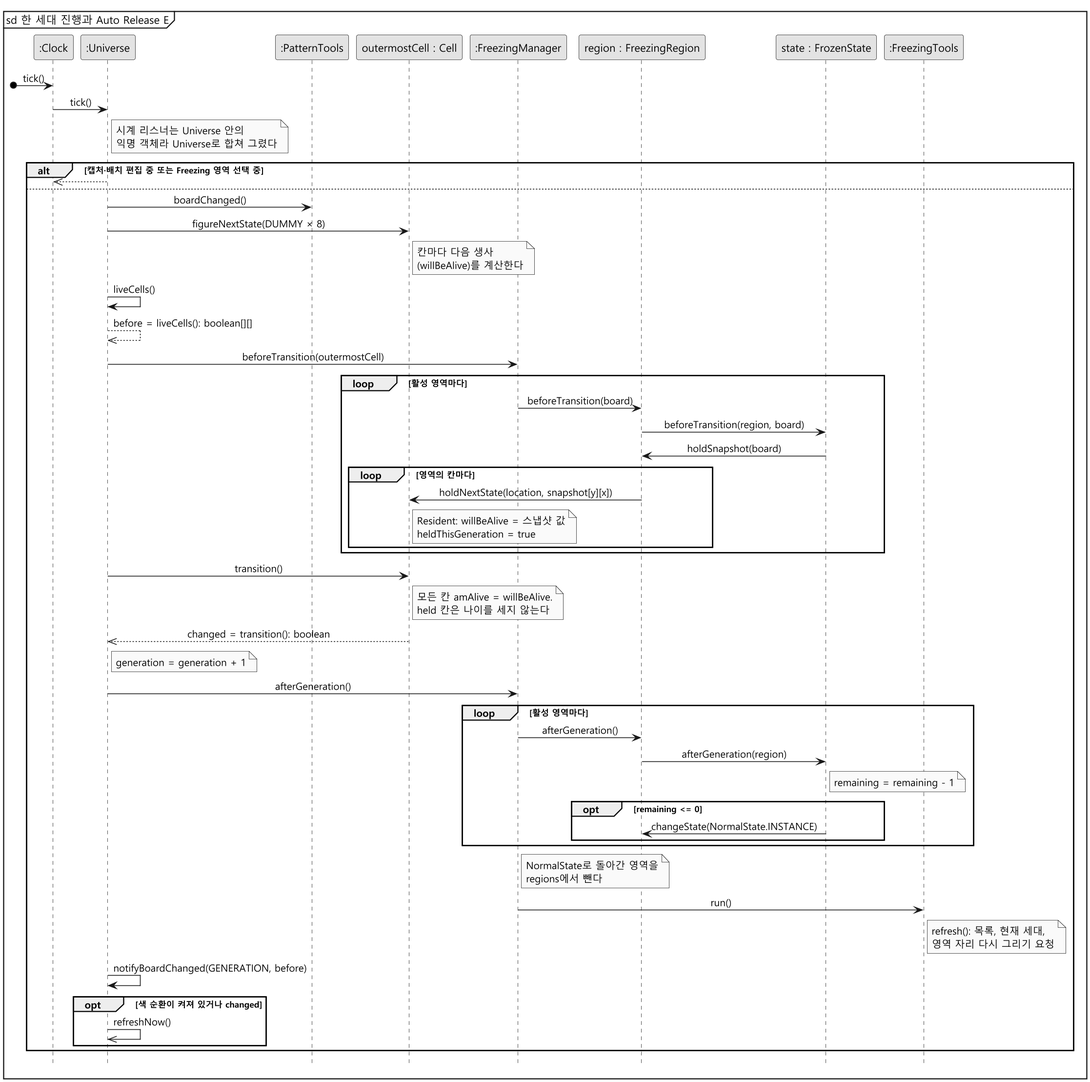
The PlantUML diagram docs/freezing/diagram/sd-auto-release.png in mckimR1972/DP_team_project, before a commit.
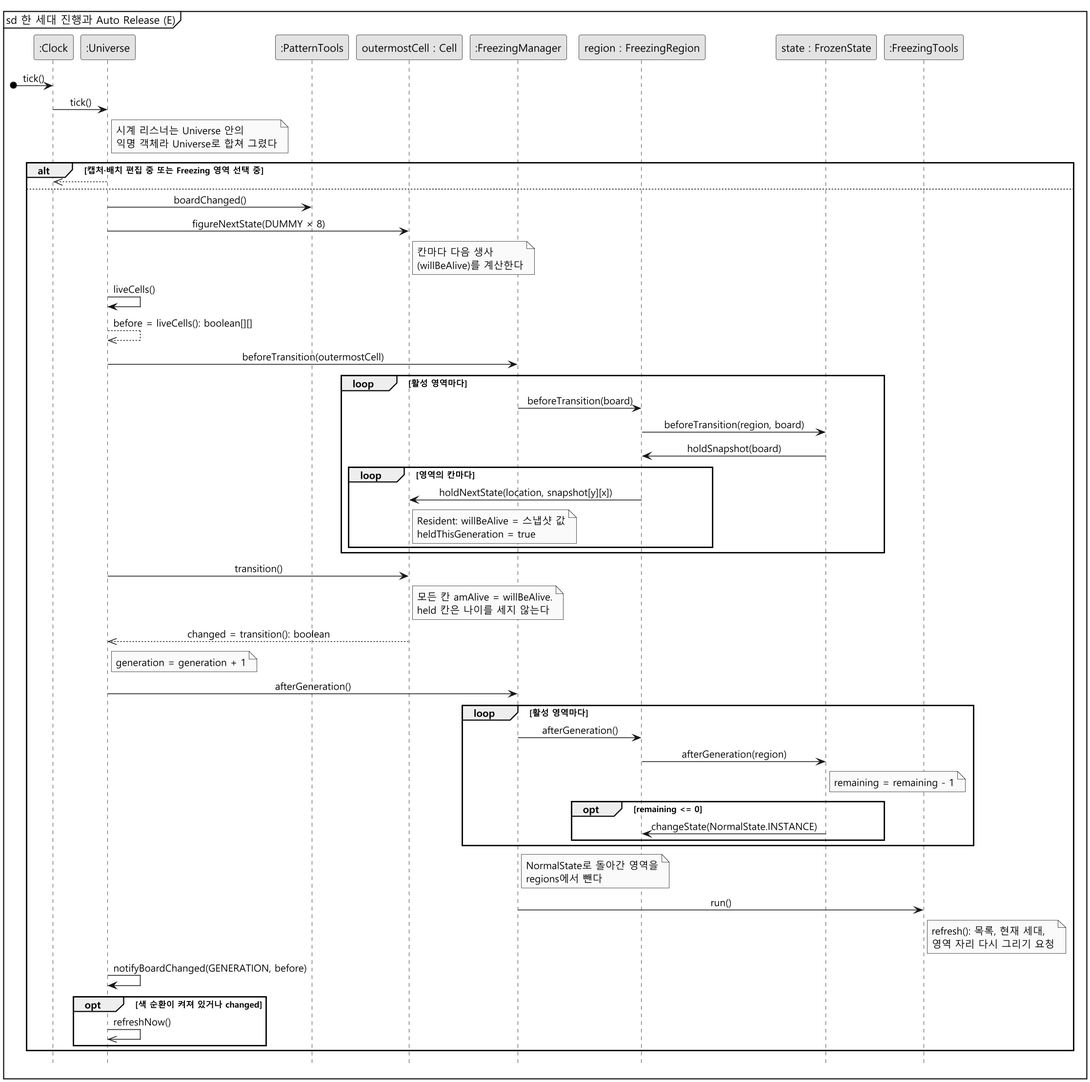
Above is the later version.

What changed in the source:
```diff
@@ -5,7 +5,7 @@
 skinparam defaultFontName "Malgun Gothic"
 skinparam sequenceMessageAlign center
 hide footbox
-mainframe sd 한 세대 진행과 Auto Release E
+mainframe sd 한 세대 진행과 Auto Release (E)
 
 participant ":Clock" as C
 participant ":Universe" as U
```
